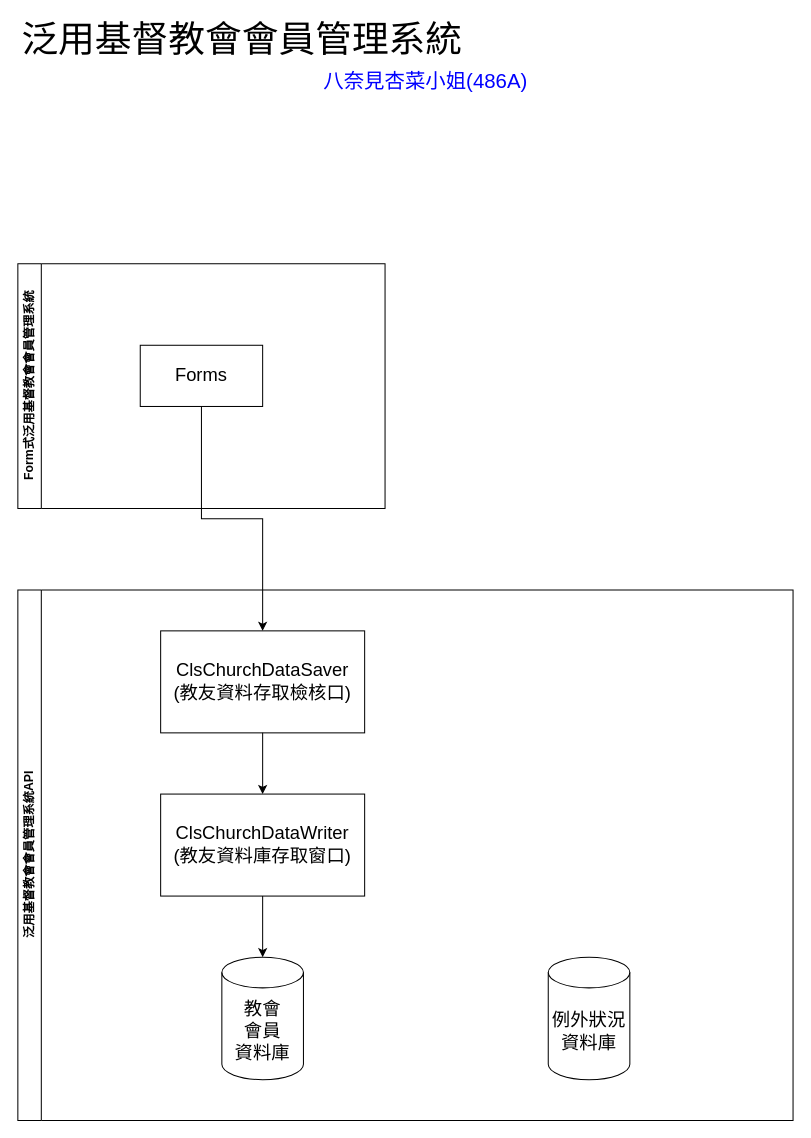
The draw.io diagram 系統架構圖.DRAWIO in Gary-Lu-IT/ChristianChurchMemberSystem, before the edit. Source tidied: cells renumbered, new cells numbered last; positions are measured from the earlier drawing's top-left corner, leaving out a move shared by most shapes. Both pictures are drawn from the tidied source at 102%, with x=0, y=0 at pixel (17, 18).
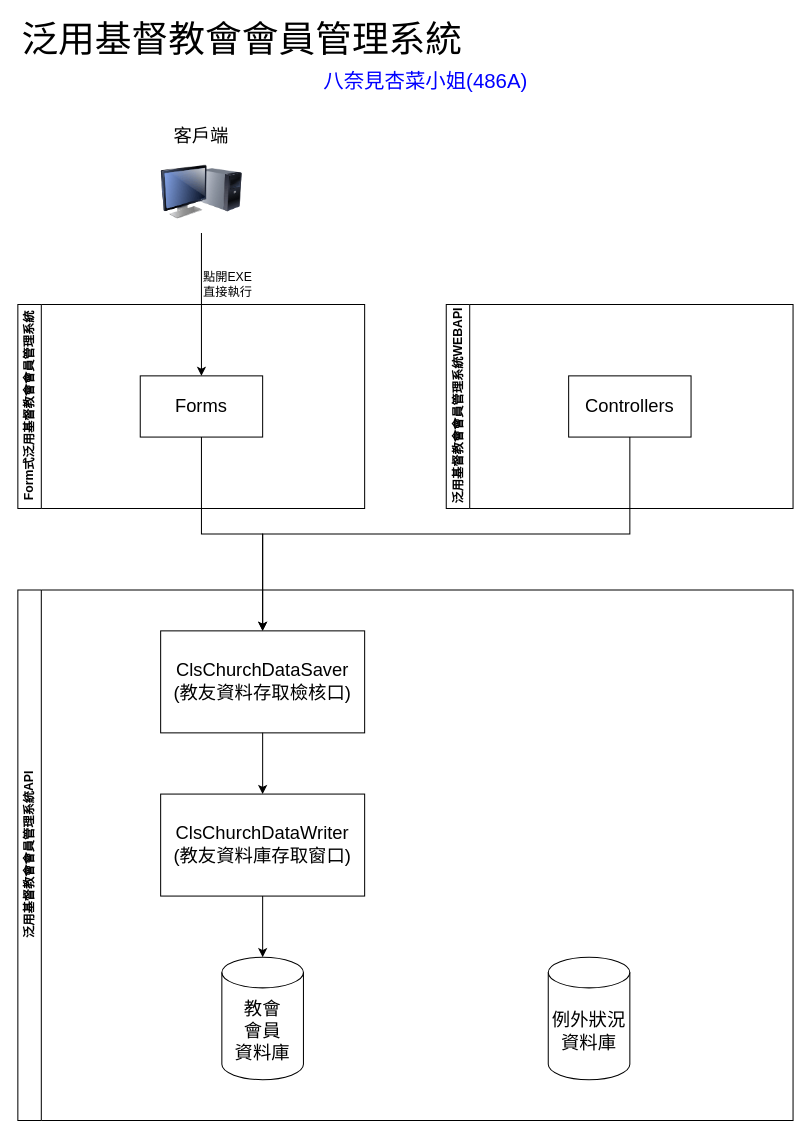
Above is the later version.

The change refers to these unchanged cells:
```xml
<mxCell id="5" value="ClsChurchDataSaver&lt;div&gt;(教友資料存取檢核口)&lt;/div&gt;" style="rounded=0;whiteSpace=wrap;html=1;fontSize=18;" parent="2" vertex="1">
  <mxGeometry x="140" y="40" width="200" height="100" as="geometry" />
</mxCell>
```

Diff of the diagram source:
```diff
@@
     <mxCell id="11" value="Form式泛用基督教會會員管理系統" style="swimlane;horizontal=0;whiteSpace=wrap;html=1;" parent="1" vertex="1">
-      <mxGeometry y="240" width="360" height="240" as="geometry" />
+      <mxGeometry y="280" width="340" height="200" as="geometry" />
     </mxCell>
     <mxCell id="12" value="Forms" style="rounded=0;whiteSpace=wrap;html=1;fontSize=18;" parent="11" vertex="1">
-      <mxGeometry x="120" y="80" width="120" height="60" as="geometry" />
+      <mxGeometry x="120" y="70" width="120" height="60" as="geometry" />
     </mxCell>
@@
+    <mxCell id="14" value="泛用基督教會會員管理系統WEBAPI" style="swimlane;horizontal=0;whiteSpace=wrap;html=1;" parent="1" vertex="1">
+      <mxGeometry x="420" y="280" width="340" height="200" as="geometry" />
+    </mxCell>
+    <mxCell id="15" value="Controllers" style="rounded=0;whiteSpace=wrap;html=1;fontSize=18;" parent="14" vertex="1">
+      <mxGeometry x="120" y="70" width="120" height="60" as="geometry" />
+    </mxCell>
+    <mxCell id="16" style="edgeStyle=orthogonalEdgeStyle;rounded=0;jettySize=auto;html=1;exitX=0.5;exitY=1;exitDx=0;exitDy=0;entryX=0.5;entryY=0;entryDx=0;entryDy=0;" parent="1" edge="1" source="15" target="5">
+      <mxGeometry relative="1" as="geometry" />
+    </mxCell>
+    <mxCell id="17" style="edgeStyle=orthogonalEdgeStyle;rounded=0;jettySize=auto;html=1;exitX=0.5;exitY=1;exitDx=0;exitDy=0;entryX=0.5;entryY=0;entryDx=0;entryDy=0;" parent="1" edge="1" source="18" target="12">
+      <mxGeometry relative="1" as="geometry" />
+    </mxCell>
+    <mxCell id="18" style="image;html=1;image=img/lib/clip_art/computers/Monitor_Tower_128x128.png;" parent="1" vertex="1">
+      <mxGeometry x="140" y="130" width="80" height="80" as="geometry" />
+    </mxCell>
+    <mxCell id="19" value="客戶端" style="text;html=1;align=center;verticalAlign=middle;whiteSpace=wrap;rounded=0;fontSize=18;" parent="1" vertex="1">
+      <mxGeometry x="140" y="100" width="80" height="30" as="geometry" />
+    </mxCell>
+    <mxCell id="20" value="點開EXE&lt;div&gt;直接執行&lt;/div&gt;" style="text;html=1;align=left;verticalAlign=middle;whiteSpace=wrap;rounded=0;" parent="1" vertex="1">
+      <mxGeometry x="180" y="240" width="80" height="40" as="geometry" />
+    </mxCell>
```
